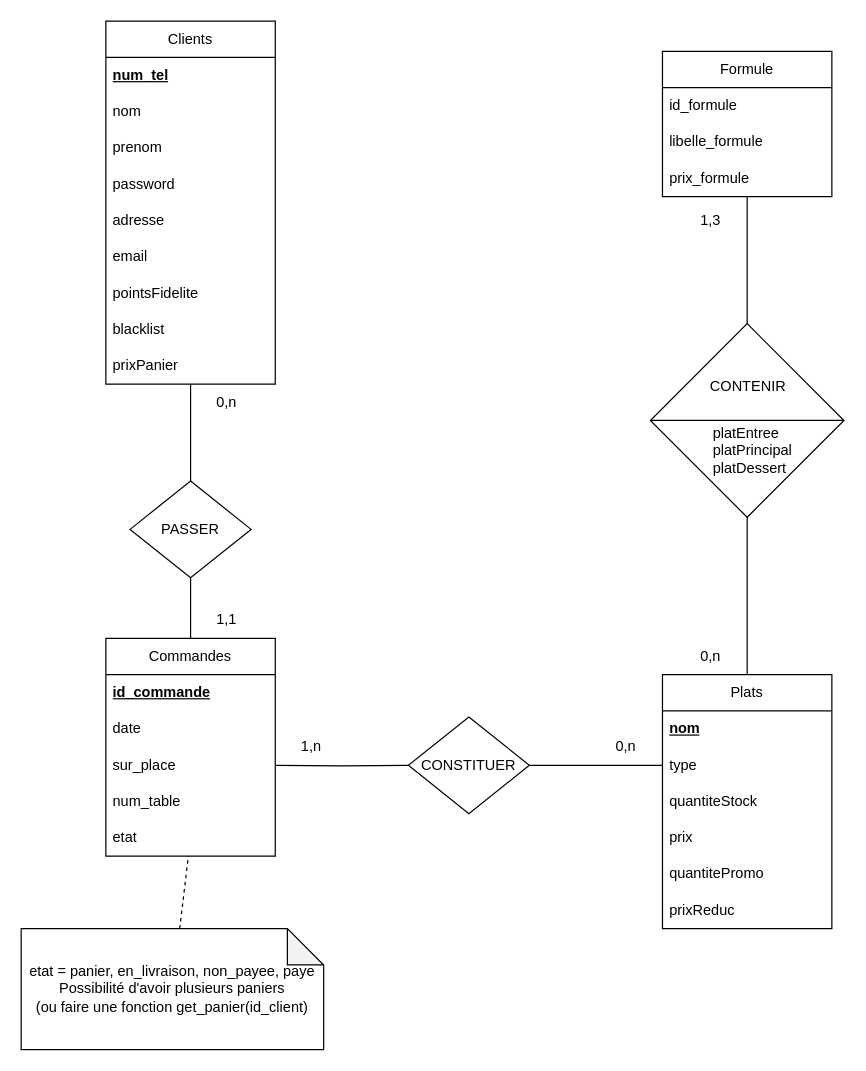
Above: diagrammes/MCD/MCD_OUMAMI_V1.drawio in LeskGit/SAE_FI (draw.io), before the change. Source tidied: cells renumbered, new cells numbered last; positions are measured from the earlier drawing's top-left corner, leaving out a move shared by most shapes. Both pictures are drawn from the tidied source at 121%, with x=0, y=0 at pixel (21, 21).
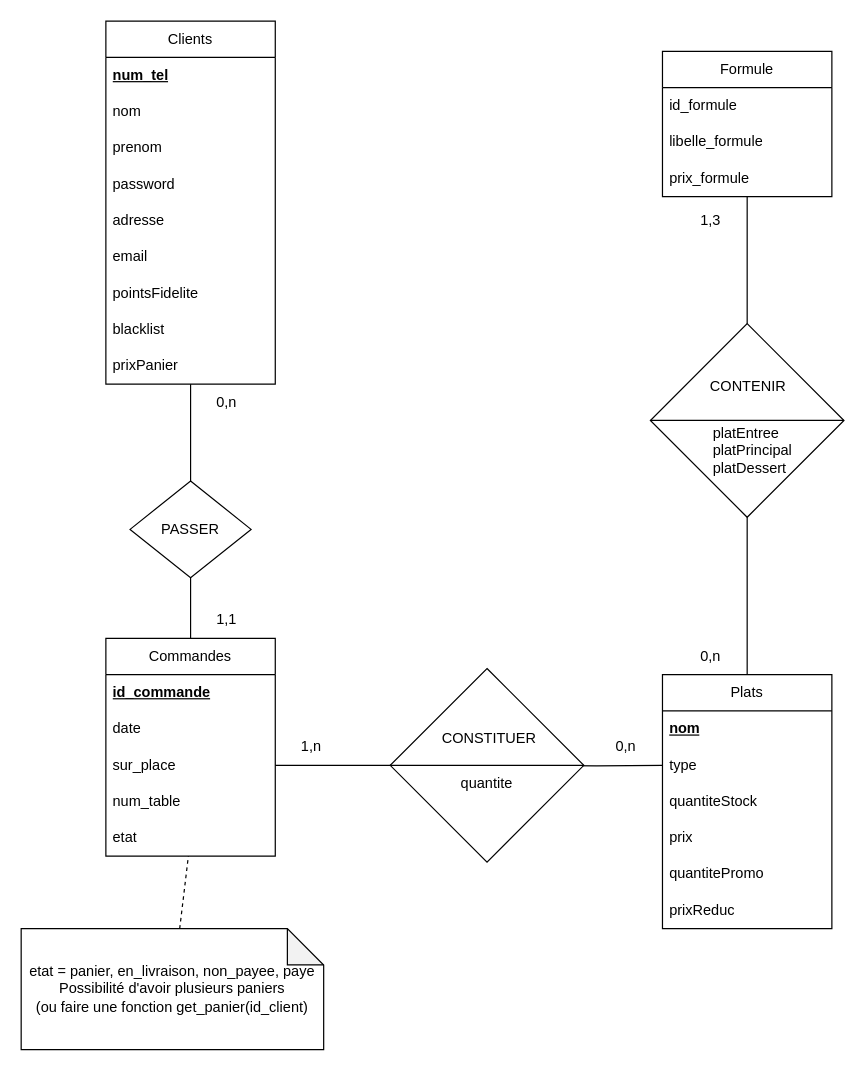
The same page after the edit.

Commit message (it also covers changes not shown here):
Modification du MCD

Unchanged cells that the change refers to:
```xml
<mxCell id="24" value="type" style="text;strokeColor=none;fillColor=none;align=left;verticalAlign=middle;spacingLeft=4;spacingRight=4;overflow=hidden;points=[[0,0.5],[1,0.5]];portConstraint=eastwest;whiteSpace=wrap;html=1;" parent="22" vertex="1">
  <mxGeometry y="60" width="140" height="30" as="geometry" />
</mxCell>
```

The edit, as a diff of the source:
```diff
@@
-    <mxCell id="33" style="edgeStyle=orthogonalEdgeStyle;rounded=0;jettySize=auto;html=1;exitX=1;exitY=0.5;exitDx=0;exitDy=0;endArrow=none;endFill=0;" parent="1" edge="1" source="40" target="24">
-      <mxGeometry relative="1" as="geometry" />
+    <mxCell id="33" style="edgeStyle=orthogonalEdgeStyle;rounded=0;jettySize=auto;html=1;exitX=1;exitY=0.5;exitDx=0;exitDy=0;endArrow=none;endFill=0;" parent="1" edge="1" target="24">
+      <mxGeometry relative="1" as="geometry">
+        <mxPoint x="420" y="615" as="sourcePoint" />
+      </mxGeometry>
     </mxCell>
@@
-    <mxCell id="39" style="edgeStyle=orthogonalEdgeStyle;rounded=0;jettySize=auto;html=1;exitX=1;exitY=0.5;exitDx=0;exitDy=0;endArrow=none;endFill=0;" parent="1" edge="1" target="40">
+    <mxCell id="39" style="edgeStyle=orthogonalEdgeStyle;rounded=0;orthogonalLoop=1;jettySize=auto;html=1;exitX=1;exitY=0.5;exitDx=0;exitDy=0;endArrow=none;endFill=0;" parent="1" edge="1">
       <mxGeometry relative="1" as="geometry">
         <mxPoint x="210" y="615" as="sourcePoint" />
+        <mxPoint x="320" y="615" as="targetPoint" />
       </mxGeometry>
     </mxCell>
-    <mxCell id="40" value="CONSTITUER" style="rhombus;whiteSpace=wrap;html=1;" parent="1" vertex="1">
-      <mxGeometry x="320" y="575" width="100" height="80" as="geometry" />
-    </mxCell>
@@
+    <mxCell id="40" value="CONSTITUER" style="rhombus;whiteSpace=wrap;html=1;movableLabel=1;" parent="1" vertex="1">
+      <mxGeometry x="305" y="535" width="160" height="160" as="geometry">
+        <mxPoint x="2" y="-22" as="offset" />
+      </mxGeometry>
+    </mxCell>
+    <mxCell id="47" style="edgeStyle=orthogonalEdgeStyle;rounded=0;orthogonalLoop=1;jettySize=auto;html=1;exitX=0;exitY=0.5;exitDx=0;exitDy=0;entryX=1;entryY=0.5;entryDx=0;entryDy=0;endArrow=none;endFill=0;" parent="1" edge="1">
+      <mxGeometry relative="1" as="geometry">
+        <mxPoint x="305" y="615" as="sourcePoint" />
+        <mxPoint x="465" y="615" as="targetPoint" />
+        <Array as="points">
+          <mxPoint x="385" y="615" />
+          <mxPoint x="385" y="615" />
+        </Array>
+      </mxGeometry>
+    </mxCell>
+    <mxCell id="48" value="quantite" style="text;html=1;align=center;verticalAlign=middle;whiteSpace=wrap;rounded=0;" parent="1" vertex="1">
+      <mxGeometry x="355" y="615" width="60" height="30" as="geometry" />
+    </mxCell>
```
